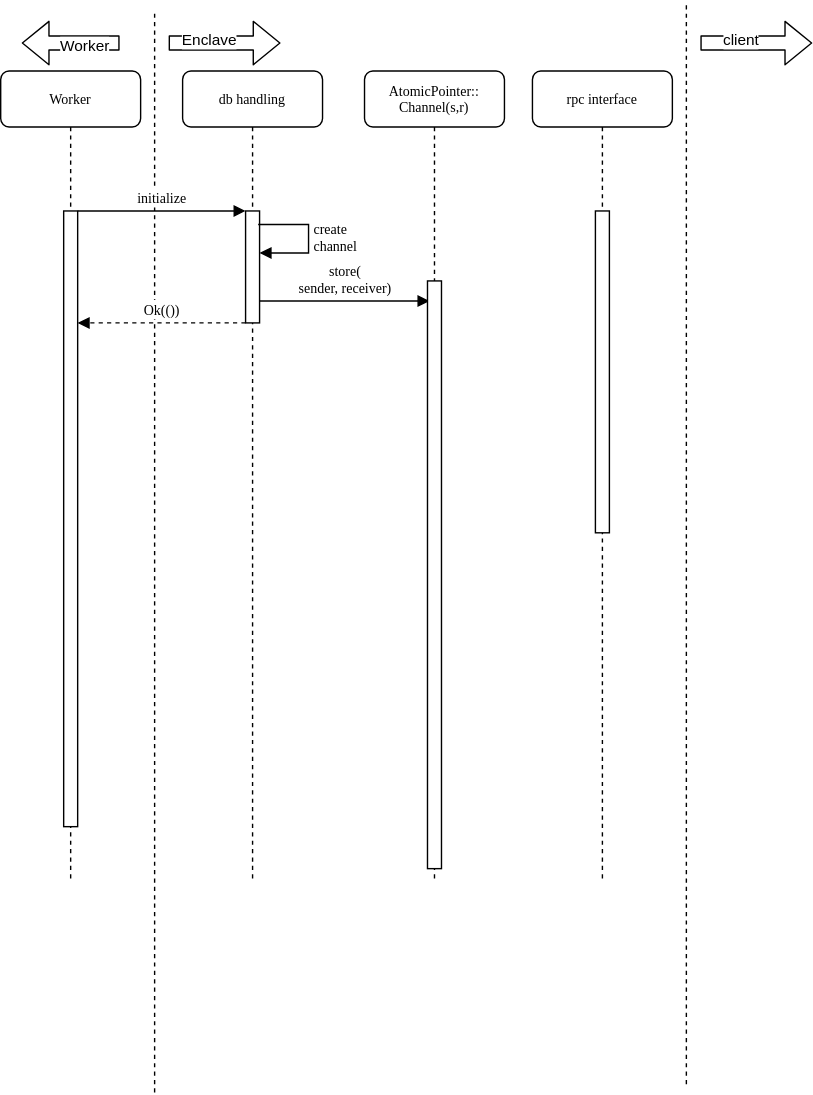
haerdib/substraTEE_diagramms keeps this draw.io diagram as database_thread.svg. Above is the earlier version. Source tidied: cells renumbered, new cells last; positions are measured from the earlier drawing's top-left corner, leaving out a move shared by most shapes. Source of this version:
```xml
<mxGraphModel>
  <root>
    <mxCell id="0" />
    <mxCell id="1" parent="0" />
    <mxCell id="2" value="&lt;div style=&quot;font-size: 10px&quot;&gt;&lt;font style=&quot;font-size: 10px&quot;&gt;db handling&lt;/font&gt;&lt;/div&gt;" style="shape=umlLifeline;perimeter=lifelinePerimeter;whiteSpace=wrap;html=1;rounded=1;shadow=0;comic=0;labelBackgroundColor=none;strokeWidth=1;fontFamily=Verdana;fontSize=12;align=center;" parent="1" vertex="1">
      <mxGeometry x="130" y="50" width="100" height="580" as="geometry" />
    </mxCell>
    <mxCell id="3" style="html=1;points=[];perimeter=orthogonalPerimeter;rounded=0;shadow=0;comic=0;labelBackgroundColor=none;strokeWidth=1;fontFamily=Verdana;fontSize=12;align=center;" parent="2" vertex="1">
      <mxGeometry x="45" y="100" width="10" height="80" as="geometry" />
    </mxCell>
    <mxCell id="4" value="&lt;div style=&quot;font-size: 10px&quot;&gt;&lt;font style=&quot;font-size: 10px&quot; face=&quot;Verdana&quot;&gt;create &lt;br&gt;&lt;/font&gt;&lt;/div&gt;&lt;div style=&quot;font-size: 10px&quot;&gt;&lt;font style=&quot;font-size: 10px&quot; face=&quot;Verdana&quot;&gt;channel&lt;/font&gt;&lt;/div&gt;" style="edgeStyle=orthogonalEdgeStyle;html=1;align=left;spacingLeft=2;endArrow=block;rounded=0;exitX=0.9;exitY=0.129;exitDx=0;exitDy=0;exitPerimeter=0;" parent="2" edge="1">
      <mxGeometry relative="1" as="geometry">
        <mxPoint x="54" y="109.7" as="sourcePoint" />
        <mxPoint x="55" y="130" as="targetPoint" />
        <Array as="points">
          <mxPoint x="90" y="110" />
          <mxPoint x="90" y="130" />
        </Array>
      </mxGeometry>
    </mxCell>
    <mxCell id="5" value="&lt;font style=&quot;font-size: 10px&quot;&gt;Worker&lt;/font&gt;" style="shape=umlLifeline;perimeter=lifelinePerimeter;whiteSpace=wrap;html=1;rounded=1;shadow=0;comic=0;labelBackgroundColor=none;strokeWidth=1;fontFamily=Verdana;fontSize=12;align=center;" parent="1" vertex="1">
      <mxGeometry y="50" width="100" height="580" as="geometry" />
    </mxCell>
    <mxCell id="6" style="html=1;points=[];perimeter=orthogonalPerimeter;rounded=0;shadow=0;comic=0;labelBackgroundColor=none;strokeWidth=1;fontFamily=Verdana;fontSize=12;align=center;" parent="5" vertex="1">
      <mxGeometry x="45" y="100" width="10" height="440" as="geometry" />
    </mxCell>
    <mxCell id="7" style="endArrow=none;dashed=1;html=1;" parent="1" edge="1">
      <mxGeometry relative="1" as="geometry">
        <mxPoint x="110" y="780" as="sourcePoint" />
        <mxPoint x="110" y="6" as="targetPoint" />
      </mxGeometry>
    </mxCell>
    <mxCell id="8" value="&lt;div style=&quot;font-size: 10px&quot;&gt;&lt;font style=&quot;font-size: 10px&quot;&gt;store(&lt;/font&gt;&lt;/div&gt;&lt;div style=&quot;font-size: 10px&quot;&gt;&lt;font style=&quot;font-size: 10px&quot;&gt;sender, receiver)&lt;/font&gt;&lt;/div&gt;" style="html=1;verticalAlign=bottom;endArrow=block;entryX=0.143;entryY=0.193;labelBackgroundColor=none;fontFamily=Verdana;fontSize=12;entryDx=0;entryDy=0;entryPerimeter=0;" parent="1" edge="1">
      <mxGeometry relative="1" as="geometry">
        <mxPoint x="185" y="214.4" as="sourcePoint" />
        <mxPoint x="306.4" y="214.4" as="targetPoint" />
      </mxGeometry>
    </mxCell>
    <mxCell id="9" value="&lt;span style=&quot;background-color: rgb(255 , 255 , 255)&quot;&gt;&lt;font style=&quot;font-size: 10px&quot;&gt;initialize&lt;/font&gt;&lt;/span&gt;" style="html=1;verticalAlign=bottom;endArrow=block;entryX=0;entryY=0;labelBackgroundColor=none;fontFamily=Verdana;fontSize=12;edgeStyle=elbowEdgeStyle;elbow=vertical;" parent="1" edge="1" source="6" target="3">
      <mxGeometry relative="1" as="geometry">
        <Array as="points">
          <mxPoint x="140" y="150" />
        </Array>
      </mxGeometry>
    </mxCell>
    <mxCell id="10" style="shape=flexArrow;endArrow=classic;html=1;" parent="1" edge="1">
      <mxGeometry relative="1" as="geometry">
        <mxPoint x="120" y="30" as="sourcePoint" />
        <mxPoint x="200" y="30" as="targetPoint" />
      </mxGeometry>
    </mxCell>
    <mxCell id="11" value="Enclave" style="edgeLabel;html=1;align=center;verticalAlign=middle;" parent="10" vertex="1">
      <mxGeometry x="-0.28" y="2" relative="1" as="geometry" />
    </mxCell>
    <mxCell id="12" style="shape=flexArrow;endArrow=classic;html=1;" parent="1" edge="1">
      <mxGeometry relative="1" as="geometry">
        <mxPoint x="85" y="30" as="sourcePoint" />
        <mxPoint x="15" y="30" as="targetPoint" />
      </mxGeometry>
    </mxCell>
    <mxCell id="13" value="Worker" style="edgeLabel;html=1;align=center;verticalAlign=middle;" parent="12" vertex="1">
      <mxGeometry x="-0.28" y="2" relative="1" as="geometry" />
    </mxCell>
    <mxCell id="14" value="&lt;font style=&quot;font-size: 10px&quot;&gt;rpc interface&lt;/font&gt;" style="shape=umlLifeline;perimeter=lifelinePerimeter;whiteSpace=wrap;html=1;rounded=1;shadow=0;comic=0;labelBackgroundColor=none;strokeWidth=1;fontFamily=Verdana;fontSize=12;align=center;" parent="1" vertex="1">
      <mxGeometry x="380" y="50" width="100" height="580" as="geometry" />
    </mxCell>
    <mxCell id="15" style="html=1;perimeter=orthogonalPerimeter;rounded=0;shadow=0;comic=0;labelBackgroundColor=none;strokeWidth=1;fontFamily=Verdana;fontSize=12;align=center;" parent="14" vertex="1">
      <mxGeometry x="45" y="100" width="10" height="230" as="geometry" />
    </mxCell>
    <mxCell id="16" style="endArrow=none;dashed=1;html=1;" parent="1" edge="1">
      <mxGeometry relative="1" as="geometry">
        <mxPoint x="490" y="774" as="sourcePoint" />
        <mxPoint x="490" as="targetPoint" />
      </mxGeometry>
    </mxCell>
    <mxCell id="17" style="shape=flexArrow;endArrow=classic;html=1;" parent="1" edge="1">
      <mxGeometry relative="1" as="geometry">
        <mxPoint x="500" y="30" as="sourcePoint" />
        <mxPoint x="580" y="30" as="targetPoint" />
      </mxGeometry>
    </mxCell>
    <mxCell id="18" value="client" style="edgeLabel;html=1;align=center;verticalAlign=middle;" parent="17" vertex="1">
      <mxGeometry x="-0.28" y="2" relative="1" as="geometry" />
    </mxCell>
    <mxCell id="19" value="&lt;div style=&quot;font-size: 11px&quot;&gt;&lt;font style=&quot;font-size: 10px&quot;&gt;&lt;font style=&quot;font-size: 10px&quot;&gt;AtomicPointer&lt;/font&gt;::&lt;/font&gt;&lt;/div&gt;&lt;div style=&quot;font-size: 10px&quot;&gt;&lt;font style=&quot;font-size: 10px&quot;&gt;Channel(s,r)&lt;br&gt;&lt;/font&gt;&lt;/div&gt;" style="shape=umlLifeline;perimeter=lifelinePerimeter;whiteSpace=wrap;html=1;rounded=1;shadow=0;comic=0;labelBackgroundColor=none;strokeWidth=1;fontFamily=Verdana;fontSize=12;align=center;" parent="1" vertex="1">
      <mxGeometry x="260" y="50" width="100" height="580" as="geometry" />
    </mxCell>
    <mxCell id="20" style="html=1;perimeter=orthogonalPerimeter;rounded=0;shadow=0;comic=0;labelBackgroundColor=none;strokeWidth=1;fontFamily=Verdana;fontSize=12;align=center;" parent="19" vertex="1">
      <mxGeometry x="45" y="150" width="10" height="420" as="geometry" />
    </mxCell>
    <mxCell id="21" value="&lt;span style=&quot;background-color: rgb(255 , 255 , 255)&quot;&gt;&lt;font size=&quot;1&quot;&gt;Ok(())&lt;/font&gt;&lt;/span&gt;" style="html=1;verticalAlign=bottom;endArrow=block;labelBackgroundColor=none;fontFamily=Verdana;fontSize=12;dashed=1;" parent="1" edge="1">
      <mxGeometry relative="1" as="geometry">
        <mxPoint x="175" y="230" as="sourcePoint" />
        <mxPoint x="55" y="230" as="targetPoint" />
      </mxGeometry>
    </mxCell>
  </root>
</mxGraphModel>
```
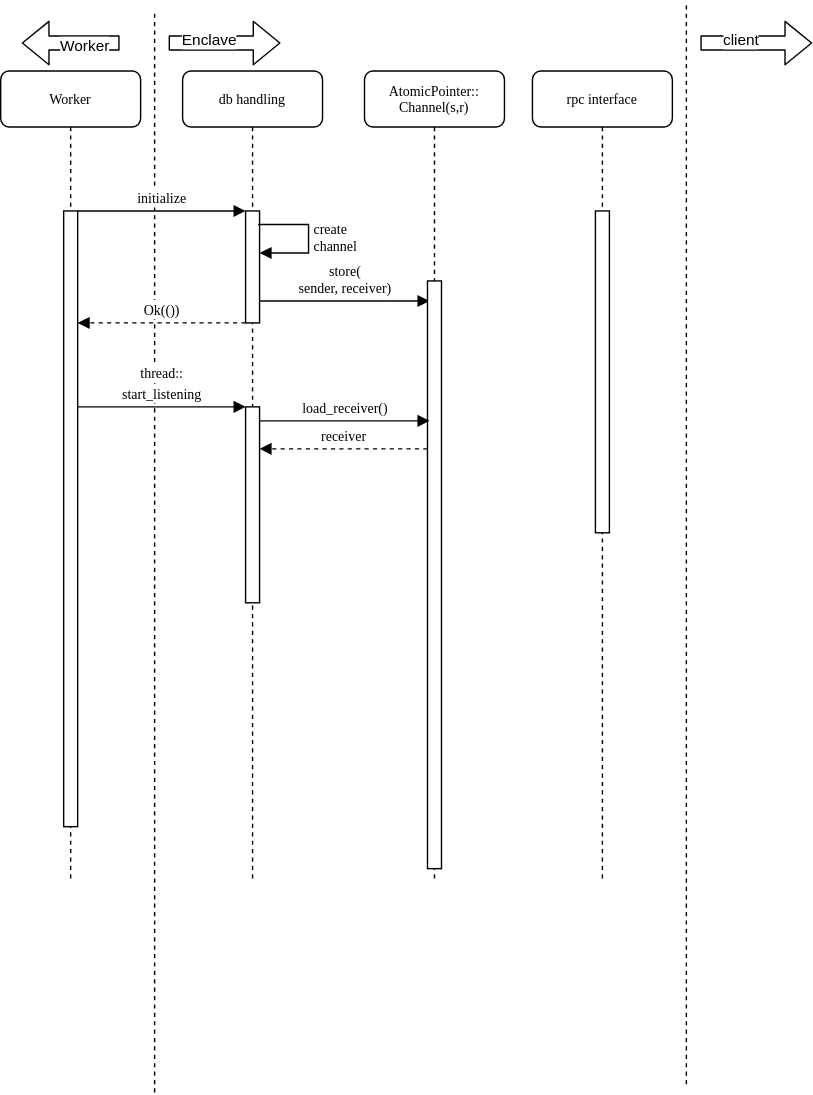
The same file after the commit.

Diff of the diagram source:
```diff
@@ -94,5 +94,29 @@
         <mxPoint x="55" y="230" as="targetPoint" />
       </mxGeometry>
     </mxCell>
+    <mxCell id="22" style="html=1;perimeter=orthogonalPerimeter;rounded=0;shadow=0;comic=0;labelBackgroundColor=none;strokeWidth=1;fontFamily=Verdana;fontSize=12;align=center;" parent="1" vertex="1">
+      <mxGeometry x="175" y="290" width="10" height="140" as="geometry" />
+    </mxCell>
+    <mxCell id="23" value="&lt;div&gt;&lt;span style=&quot;background-color: rgb(255 , 255 , 255)&quot;&gt;&lt;font style=&quot;font-size: 10px&quot;&gt;thread::&lt;/font&gt;&lt;/span&gt;&lt;/div&gt;&lt;div&gt;&lt;span style=&quot;background-color: rgb(255 , 255 , 255)&quot;&gt;&lt;font style=&quot;font-size: 10px&quot;&gt;start_listening&lt;/font&gt;&lt;/span&gt;&lt;/div&gt;" style="html=1;verticalAlign=bottom;endArrow=block;entryX=0;entryY=0;labelBackgroundColor=none;fontFamily=Verdana;fontSize=12;edgeStyle=elbowEdgeStyle;elbow=vertical;" parent="1" edge="1">
+      <mxGeometry relative="1" as="geometry">
+        <mxPoint x="55" y="290" as="sourcePoint" />
+        <mxPoint x="175" y="290" as="targetPoint" />
+        <Array as="points">
+          <mxPoint x="140" y="290" />
+        </Array>
+      </mxGeometry>
+    </mxCell>
+    <mxCell id="24" value="&lt;font size=&quot;1&quot;&gt;load_receiver()&lt;/font&gt;" style="html=1;verticalAlign=bottom;endArrow=block;entryX=0.143;entryY=0.193;labelBackgroundColor=none;fontFamily=Verdana;fontSize=12;entryDx=0;entryDy=0;entryPerimeter=0;" parent="1" edge="1">
+      <mxGeometry relative="1" as="geometry">
+        <mxPoint x="185" y="300" as="sourcePoint" />
+        <mxPoint x="306.4" y="300" as="targetPoint" />
+      </mxGeometry>
+    </mxCell>
+    <mxCell id="25" value="&lt;font size=&quot;1&quot;&gt;receiver&lt;/font&gt;" style="html=1;verticalAlign=bottom;endArrow=block;labelBackgroundColor=none;fontFamily=Verdana;fontSize=12;dashed=1;" parent="1" edge="1">
+      <mxGeometry relative="1" as="geometry">
+        <mxPoint x="305" y="320" as="sourcePoint" />
+        <mxPoint x="185" y="320" as="targetPoint" />
+      </mxGeometry>
+    </mxCell>
   </root>
 </mxGraphModel>
```
